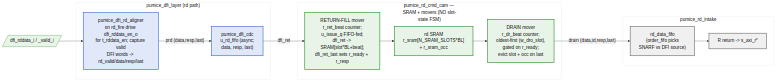
Earlier version of the Mermaid export projects/components/mem-ctrl-ip/research-ip/pumice-ddr2-lpddr2/docs/pumice_mas/assets/mermaid/16_rd_data_path_pipeline.png (sean-galloway/RTLDesignSherpa). Its source is kept beside it as projects/components/mem-ctrl-ip/research-ip/pumice-ddr2-lpddr2/docs/pumice_mas/assets/mermaid/16_rd_data_path_pipeline.mmd.
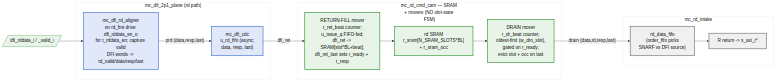
Later version of the same file.

What changed in the source:
```diff
@@ -1,6 +1,6 @@
 %%{init: {'theme': 'base', 'themeVariables': { 'primaryColor': '#e8f4e8', 'primaryTextColor': '#000', 'primaryBorderColor': '#228B22', 'lineColor': '#404040', 'secondaryColor': '#f0f0f0', 'tertiaryColor': '#fff'}}}%%
 flowchart LR
-    subgraph DFI["mc_dfi_2p1_layer (rd path)"]
+    subgraph DFI["mc_dfi_2p1_plane (rd path)"]
         rd_align["mc_dfi_rd_aligner<br/>on rd_fire drive dfi_rddata_en_o<br/>for t_rddata_en; capture valid<br/>DFI words -> rd_valid/data/resp/last"]
         cdc["mc_dfi_cdc<br/>u_rd_fifo (async;<br/>data, resp, last)"]
     end
```
